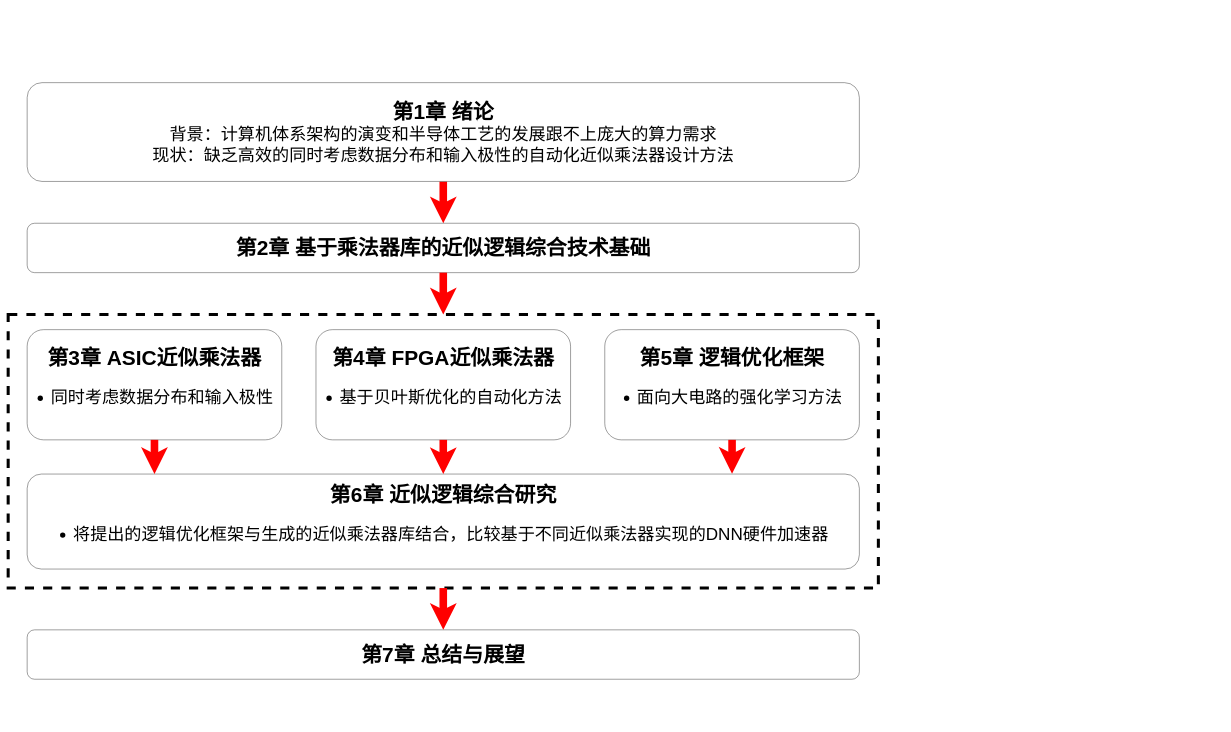
This is page "论文结构" (10 of 10) of figs/figs.drawio from phyzhenli/phc-thesis, a draw.io file, before an edit. Source tidied: cells renumbered, new cells numbered last; positions are measured from the earlier drawing's top-left corner, leaving out a move shared by most shapes. Both pictures are drawn from the tidied source at 38%, with x=0, y=0 at pixel (8, 82).
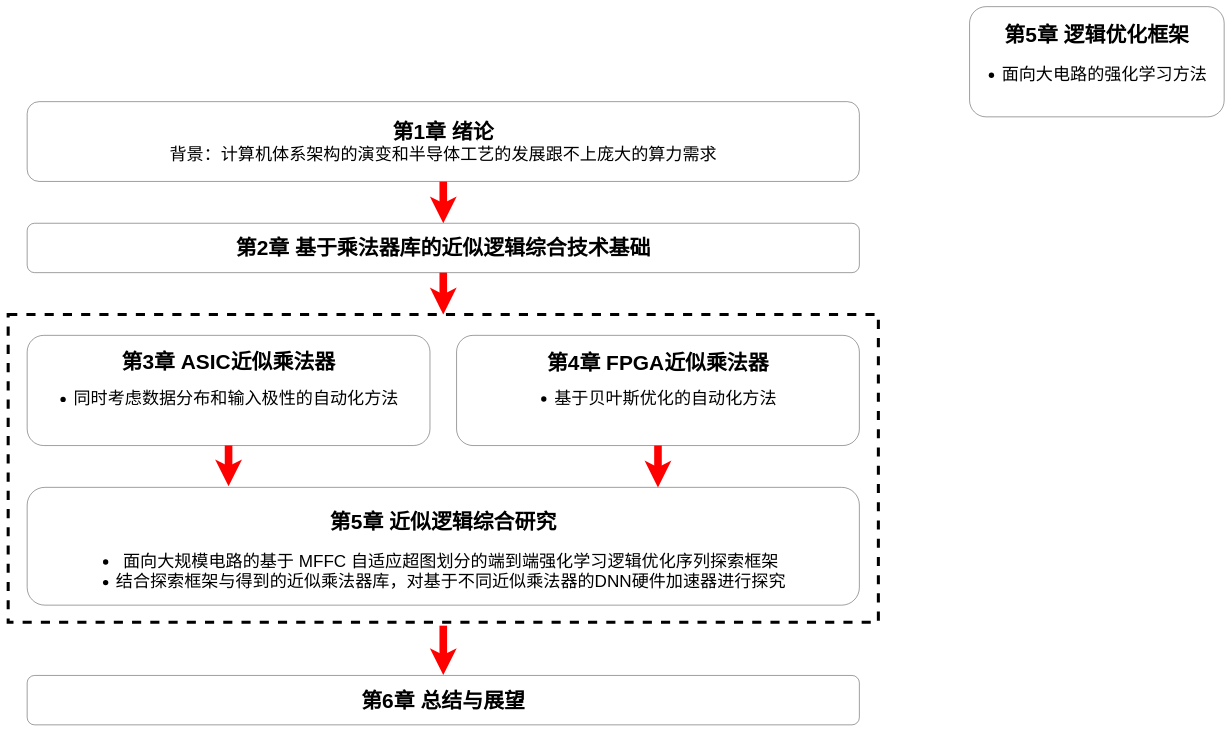
The same page after the edit.

What changed in the source:
```diff
@@
 <mxGraphModel>
   <root>
     <mxCell id="0" />
     <mxCell id="1" parent="0" />
+    <mxCell id="15" style="edgeStyle=orthogonalEdgeStyle;rounded=0;orthogonalLoop=1;jettySize=auto;html=1;strokeColor=#FF0000;strokeWidth=20;entryX=0.5;entryY=0;entryDx=0;entryDy=0;" parent="1" edge="1">
+      <mxGeometry relative="1" as="geometry">
+        <mxPoint x="1145" y="1429" as="sourcePoint" />
+        <mxPoint x="1145" y="1559" as="targetPoint" />
+      </mxGeometry>
+    </mxCell>
     <mxCell id="2" style="rounded=0;whiteSpace=wrap;html=1;fillColor=none;dashed=1;strokeWidth=8;" parent="1" vertex="1">
-      <mxGeometry y="610" width="2290" height="720" as="geometry" />
+      <mxGeometry y="610" width="2290" height="810" as="geometry" />
     </mxCell>
     <mxCell id="3" style="edgeStyle=orthogonalEdgeStyle;rounded=0;jettySize=auto;html=1;exitX=0.5;exitY=1;exitDx=0;exitDy=0;strokeColor=#FF0000;strokeWidth=20;" parent="1" edge="1" source="4" target="5">
       <mxGeometry relative="1" as="geometry" />
     </mxCell>
-    <mxCell id="4" value="&lt;font size=&quot;1&quot; style=&quot;&quot;&gt;&lt;b style=&quot;font-size: 55px;&quot;&gt;第1章 绪论&lt;/b&gt;&lt;/font&gt;&lt;div&gt;&lt;font style=&quot;font-size: 45px;&quot;&gt;背景：计算机体系架构的演变和半导体工艺的发展跟不上庞大的算力需求&lt;/font&gt;&lt;/div&gt;&lt;div&gt;&lt;font style=&quot;font-size: 45px;&quot;&gt;现状：缺乏高效的同时考虑数据分布和输入极性的自动化近似乘法器设计方法&lt;/font&gt;&lt;/div&gt;" style="rounded=1;whiteSpace=wrap;html=1;" parent="1" vertex="1">
-      <mxGeometry x="50" width="2190" height="260" as="geometry" />
+    <mxCell id="4" value="&lt;font size=&quot;1&quot; style=&quot;&quot;&gt;&lt;b style=&quot;font-size: 55px;&quot;&gt;第1章 绪论&lt;/b&gt;&lt;/font&gt;&lt;div&gt;&lt;font style=&quot;font-size: 45px;&quot;&gt;背景：计算机体系架构的演变和半导体工艺的发展跟不上庞大的算力需求&lt;/font&gt;&lt;/div&gt;" style="rounded=1;whiteSpace=wrap;html=1;" parent="1" vertex="1">
+      <mxGeometry x="50" y="50" width="2190" height="210" as="geometry" />
     </mxCell>
     <mxCell id="5" value="&lt;b&gt;&lt;font size=&quot;1&quot; style=&quot;&quot;&gt;&lt;span style=&quot;font-size: 55px;&quot;&gt;第2章 &lt;/span&gt;&lt;/font&gt;&lt;span style=&quot;font-size: 55px;&quot;&gt;基于乘法器库的近似逻辑综合技术基础&lt;/span&gt;&lt;/b&gt;" style="rounded=1;whiteSpace=wrap;html=1;" parent="1" vertex="1">
       <mxGeometry x="50" y="370" width="2190" height="130" as="geometry" />
     </mxCell>
-    <mxCell id="6" value="&lt;font size=&quot;1&quot; style=&quot;&quot;&gt;&lt;b style=&quot;font-size: 55px;&quot;&gt;第3章 ASIC近似乘法器&lt;/b&gt;&lt;/font&gt;&lt;div style=&quot;font-size: 45px;&quot;&gt;&lt;ul style=&quot;&quot;&gt;&lt;li style=&quot;&quot;&gt;&lt;span style=&quot;background-color: initial;&quot;&gt;同时考虑数据分布和输入极性&lt;/span&gt;&lt;/li&gt;&lt;/ul&gt;&lt;/div&gt;" style="rounded=1;whiteSpace=wrap;html=1;" parent="1" vertex="1">
-      <mxGeometry x="50" y="650" width="670" height="290" as="geometry" />
+    <mxCell id="6" value="&lt;p style=&quot;line-height: 120%;&quot;&gt;&lt;font size=&quot;1&quot; style=&quot;&quot;&gt;&lt;b style=&quot;font-size: 55px;&quot;&gt;第3章 ASIC近似乘法器&lt;/b&gt;&lt;/font&gt;&lt;/p&gt;&lt;div style=&quot;font-size: 45px; line-height: 120%;&quot;&gt;&lt;ul style=&quot;line-height: 120%;&quot;&gt;&lt;li style=&quot;&quot;&gt;&lt;span style=&quot;background-color: initial;&quot;&gt;同时考虑数据分布和输入极性的自动化方法&lt;/span&gt;&lt;/li&gt;&lt;/ul&gt;&lt;/div&gt;&lt;p&gt;&lt;/p&gt;" style="rounded=1;whiteSpace=wrap;html=1;" parent="1" vertex="1">
+      <mxGeometry x="50" y="665" width="1060" height="290" as="geometry" />
     </mxCell>
-    <mxCell id="7" value="&lt;font size=&quot;1&quot; style=&quot;&quot;&gt;&lt;b style=&quot;font-size: 55px;&quot;&gt;第4章 FPGA近似乘法器&lt;/b&gt;&lt;/font&gt;&lt;div style=&quot;font-size: 45px;&quot;&gt;&lt;ul style=&quot;&quot;&gt;&lt;li style=&quot;&quot;&gt;基于贝叶斯优化的自动化方法&lt;/li&gt;&lt;/ul&gt;&lt;/div&gt;" style="rounded=1;whiteSpace=wrap;html=1;" parent="1" vertex="1">
-      <mxGeometry x="810" y="650" width="670" height="290" as="geometry" />
+    <mxCell id="7" value="&lt;p style=&quot;line-height: 120%;&quot;&gt;&lt;font style=&quot;font-size: 54px;&quot;&gt;&lt;b style=&quot;font-size: 55px;&quot;&gt;第4章 FPGA近似乘法器&lt;/b&gt;&lt;/font&gt;&lt;/p&gt;&lt;div style=&quot;font-size: 45px; line-height: 120%;&quot;&gt;&lt;ul style=&quot;line-height: 120%;&quot;&gt;&lt;li style=&quot;&quot;&gt;基于贝叶斯优化的自动化方法&lt;/li&gt;&lt;/ul&gt;&lt;/div&gt;&lt;p&gt;&lt;/p&gt;" style="rounded=1;whiteSpace=wrap;html=1;" parent="1" vertex="1">
+      <mxGeometry x="1180" y="665" width="1060" height="290" as="geometry" />
     </mxCell>
     <mxCell id="8" value="&lt;font size=&quot;1&quot; style=&quot;&quot;&gt;&lt;b style=&quot;font-size: 55px;&quot;&gt;第5章 逻辑优化框架&lt;/b&gt;&lt;/font&gt;&lt;div style=&quot;font-size: 45px;&quot;&gt;&lt;ul style=&quot;&quot;&gt;&lt;li style=&quot;&quot;&gt;面向大电路的强化学习方法&lt;/li&gt;&lt;/ul&gt;&lt;/div&gt;" style="rounded=1;whiteSpace=wrap;html=1;" parent="1" vertex="1">
-      <mxGeometry x="1570" y="650" width="670" height="290" as="geometry" />
+      <mxGeometry x="2530" y="-200" width="670" height="290" as="geometry" />
     </mxCell>
-    <mxCell id="9" value="&lt;font size=&quot;1&quot; style=&quot;&quot;&gt;&lt;b style=&quot;font-size: 55px;&quot;&gt;第6章 近似逻辑综合研究&lt;/b&gt;&lt;/font&gt;&lt;div style=&quot;font-size: 45px;&quot;&gt;&lt;ul&gt;&lt;li&gt;将提出的逻辑优化框架与生成的近似乘法器库结合，比较基于不同近似乘法器实现的DNN硬件加速器&lt;/li&gt;&lt;/ul&gt;&lt;/div&gt;" style="rounded=1;whiteSpace=wrap;html=1;" parent="1" vertex="1">
-      <mxGeometry x="50" y="1030" width="2190" height="250" as="geometry" />
+    <mxCell id="9" value="&lt;font size=&quot;1&quot; style=&quot;&quot;&gt;&lt;b style=&quot;font-size: 55px;&quot;&gt;&lt;br&gt;第5章 近似逻辑综合研究&lt;/b&gt;&lt;/font&gt;&lt;div style=&quot;font-size: 45px;&quot;&gt;&lt;ul style=&quot;&quot;&gt;&lt;li style=&quot;&quot;&gt;面向大规模电路的基于 MFFC 自适应超图划分的端到端强化学习逻辑优化序列探索框架&lt;br&gt;&lt;/li&gt;&lt;li style=&quot;font-size: 45px; border-color: var(--border-color);&quot;&gt;结合探索框架与得到的近似乘法器库，对基于不同近似乘法器的DNN硬件加速器进行探究&lt;/li&gt;&lt;/ul&gt;&lt;/div&gt;" style="rounded=1;whiteSpace=wrap;html=1;" parent="1" vertex="1">
+      <mxGeometry x="50" y="1065" width="2190" height="310" as="geometry" />
     </mxCell>
     <mxCell id="10" style="edgeStyle=orthogonalEdgeStyle;rounded=0;jettySize=auto;html=1;exitX=0.5;exitY=1;exitDx=0;exitDy=0;strokeColor=#FF0000;strokeWidth=20;entryX=0.5;entryY=0;entryDx=0;entryDy=0;" parent="1" edge="1" source="5" target="2">
       <mxGeometry relative="1" as="geometry" />
     </mxCell>
-    <mxCell id="11" style="edgeStyle=orthogonalEdgeStyle;rounded=0;jettySize=auto;html=1;exitX=0.5;exitY=1;exitDx=0;exitDy=0;strokeColor=#FF0000;strokeWidth=20;entryX=0.153;entryY=-0.001;entryDx=0;entryDy=0;entryPerimeter=0;" parent="1" edge="1" source="6" target="9">
+    <mxCell id="11" style="edgeStyle=orthogonalEdgeStyle;rounded=0;jettySize=auto;html=1;exitX=0.5;exitY=1;exitDx=0;exitDy=0;strokeColor=#FF0000;strokeWidth=20;entryX=0.242;entryY=-0.009;entryDx=0;entryDy=0;entryPerimeter=0;" parent="1" edge="1" source="6" target="9">
       <mxGeometry relative="1" as="geometry" />
     </mxCell>
+    <mxCell id="14" value="&lt;font size=&quot;1&quot; style=&quot;&quot;&gt;&lt;b style=&quot;font-size: 55px;&quot;&gt;第6章 &lt;/b&gt;&lt;/font&gt;&lt;span style=&quot;font-size: 55px;&quot;&gt;&lt;b&gt;总结与展望&lt;/b&gt;&lt;/span&gt;" style="rounded=1;whiteSpace=wrap;html=1;" parent="1" vertex="1">
+      <mxGeometry x="50" y="1560" width="2190" height="130" as="geometry" />
+    </mxCell>
-    <mxCell id="12" style="edgeStyle=orthogonalEdgeStyle;rounded=0;jettySize=auto;html=1;exitX=0.5;exitY=1;exitDx=0;exitDy=0;strokeColor=#FF0000;strokeWidth=20;entryX=0.5;entryY=0;entryDx=0;entryDy=0;" parent="1" edge="1" source="7" target="9">
+    <mxCell id="12" style="edgeStyle=orthogonalEdgeStyle;rounded=0;jettySize=auto;html=1;strokeColor=#FF0000;strokeWidth=20;entryX=0.758;entryY=0.001;entryDx=0;entryDy=0;entryPerimeter=0;" parent="1" edge="1" source="7" target="9">
       <mxGeometry relative="1" as="geometry" />
     </mxCell>
-    <mxCell id="13" style="edgeStyle=orthogonalEdgeStyle;rounded=0;jettySize=auto;html=1;exitX=0.5;exitY=1;exitDx=0;exitDy=0;strokeColor=#FF0000;strokeWidth=20;entryX=0.847;entryY=-0.003;entryDx=0;entryDy=0;entryPerimeter=0;" parent="1" edge="1" source="8" target="9">
-      <mxGeometry relative="1" as="geometry" />
-    </mxCell>
-    <mxCell id="14" value="&lt;font size=&quot;1&quot; style=&quot;&quot;&gt;&lt;b style=&quot;font-size: 55px;&quot;&gt;第7章 &lt;/b&gt;&lt;/font&gt;&lt;span style=&quot;font-size: 55px;&quot;&gt;&lt;b&gt;总结与展望&lt;/b&gt;&lt;/span&gt;" style="rounded=1;whiteSpace=wrap;html=1;" parent="1" vertex="1">
-      <mxGeometry x="50" y="1440" width="2190" height="130" as="geometry" />
-    </mxCell>
-    <mxCell id="15" style="edgeStyle=orthogonalEdgeStyle;rounded=0;jettySize=auto;html=1;exitX=0.5;exitY=1;exitDx=0;exitDy=0;strokeColor=#FF0000;strokeWidth=20;entryX=0.5;entryY=0;entryDx=0;entryDy=0;" parent="1" edge="1" source="2" target="14">
-      <mxGeometry relative="1" as="geometry" />
-    </mxCell>
   </root>
 </mxGraphModel>
```
